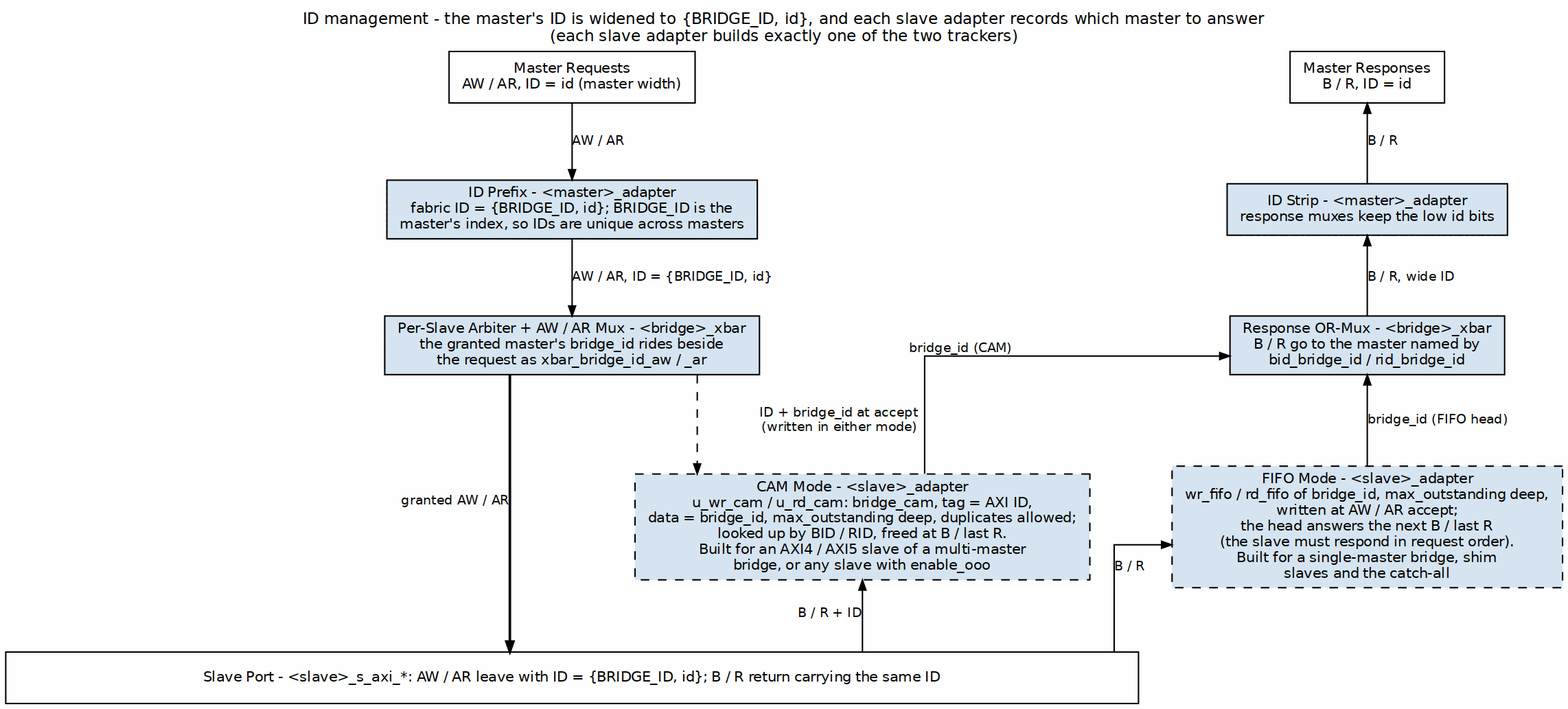
This is projects/components/fabric-gen-ip/bridge/docs/bridge_mas/assets/graphviz/id_management.png from sean-galloway/RTLDesignSherpa, a Graphviz export, as it was before one commit. Its source is kept beside it as projects/components/fabric-gen-ip/bridge/docs/bridge_mas/assets/graphviz/id_management.dot.
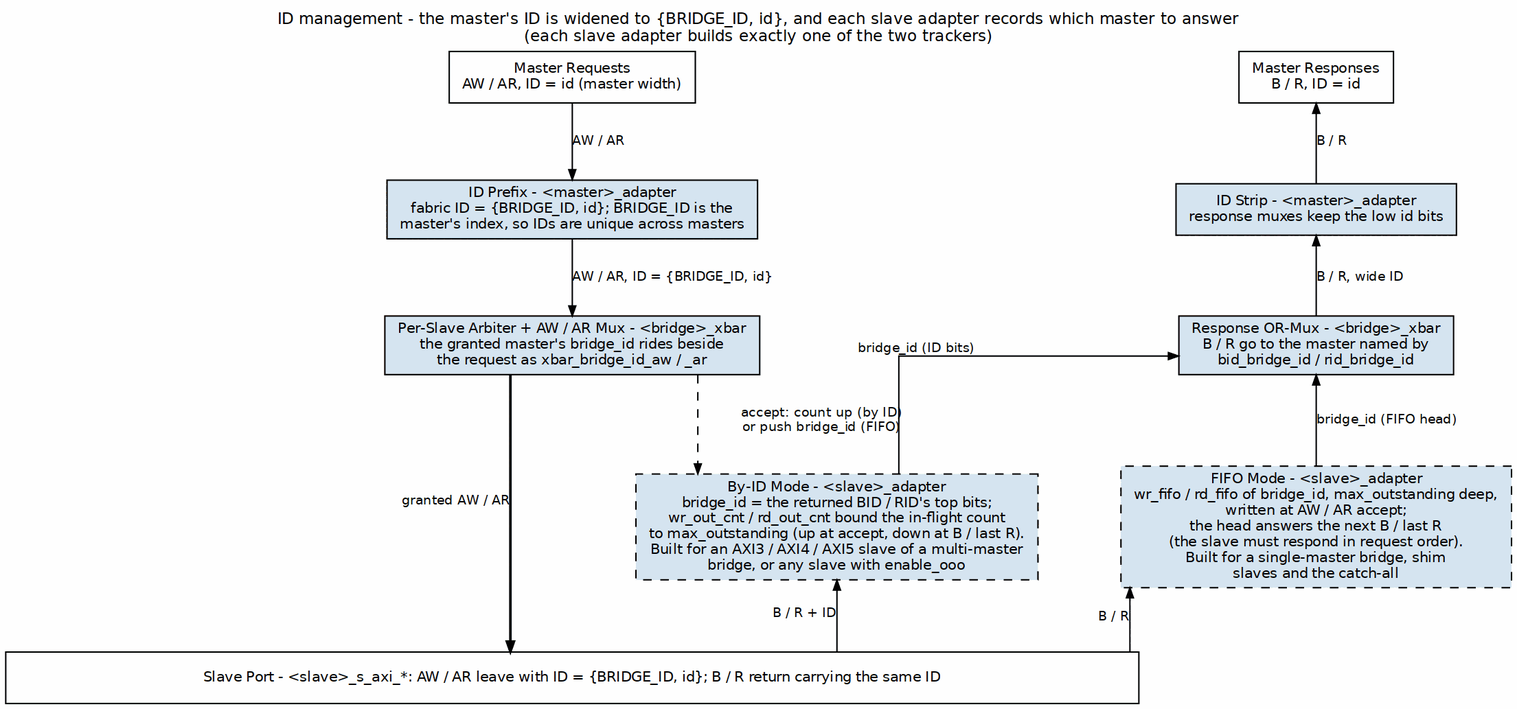
After the change.

Diff of the diagram source:
```diff
@@ -21,7 +21,7 @@
     { rank=same; arb; rmux; }
     arb -> rmux [style=invis];
 
-    cam [label="CAM Mode - <slave>_adapter\nu_wr_cam / u_rd_cam: bridge_cam, tag = AXI ID,\ndata = bridge_id, max_outstanding deep, duplicates allowed;\nlooked up by BID / RID, freed at B / last R.\nBuilt for an AXI4 / AXI5 slave of a multi-master\nbridge, or any slave with enable_ooo", style="filled,dashed"];
+    cam [label="By-ID Mode - <slave>_adapter\nbridge_id = the returned BID / RID's top bits;\nwr_out_cnt / rd_out_cnt bound the in-flight count\nto max_outstanding (up at accept, down at B / last R).\nBuilt for an AXI3 / AXI4 / AXI5 slave of a multi-master\nbridge, or any slave with enable_ooo", style="filled,dashed"];
     fifo [label="FIFO Mode - <slave>_adapter\nwr_fifo / rd_fifo of bridge_id, max_outstanding deep,\nwritten at AW / AR accept;\nthe head answers the next B / last R\n(the slave must respond in request order).\nBuilt for a single-master bridge, shim\nslaves and the catch-all", style="filled,dashed", group=R];
     { rank=same; cam; fifo; }
 
@@ -31,12 +31,12 @@
     pc -> pre [label="AW / AR"];
     pre -> arb [label="AW / AR, ID = {BRIDGE_ID, id}"];
     arb -> bar [xlabel="granted AW / AR", penwidth=1.8];
-    arb -> cam [style=dashed, label="ID + bridge_id at accept\n(written in either mode)"];
+    arb -> cam [style=dashed, label="accept: count up (by ID)\nor push bridge_id (FIFO)"];
     cam -> fifo [style=invis];
 
     pr -> strip [dir=back, label="B / R"];
     strip -> rmux [dir=back, label="B / R, wide ID"];
-    rmux -> cam [dir=back, xlabel="bridge_id (CAM)"];
+    rmux -> cam [dir=back, xlabel="bridge_id (ID bits)"];
     rmux -> fifo [dir=back, label="bridge_id (FIFO head)"];
     cam -> bar [dir=back, xlabel="B / R + ID"];
     fifo -> bar [dir=back, xlabel="B / R"];
```
